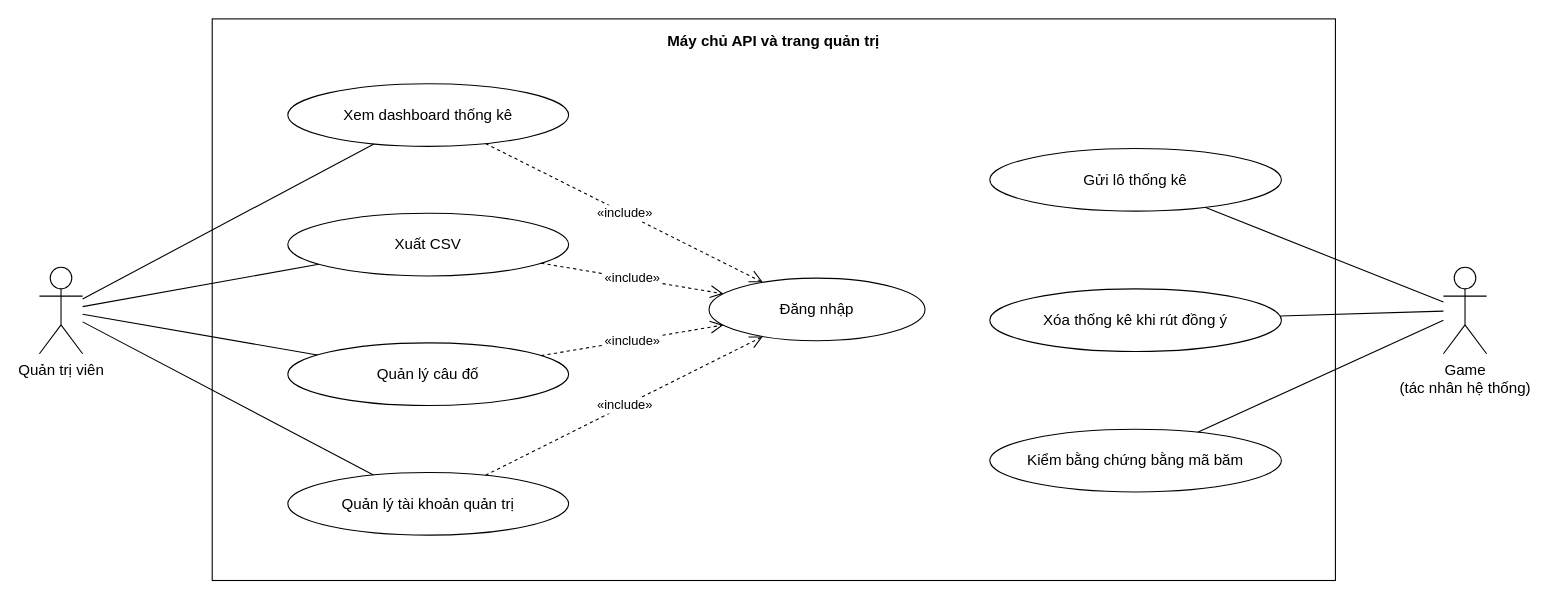
Before: page "Phân hệ máy chủ và trang quản trị" (3 of 3) of docs/thiet-ke/use-case/luoc-do-use-case.drawio in qivarnq3g/3-gio-12, a draw.io diagram. Source tidied: cells renumbered, new cells numbered last; positions are measured from the earlier drawing's top-left corner, leaving out a move shared by most shapes. Both pictures are drawn from the tidied source at 108%, with x=0, y=0 at pixel (39, 18).
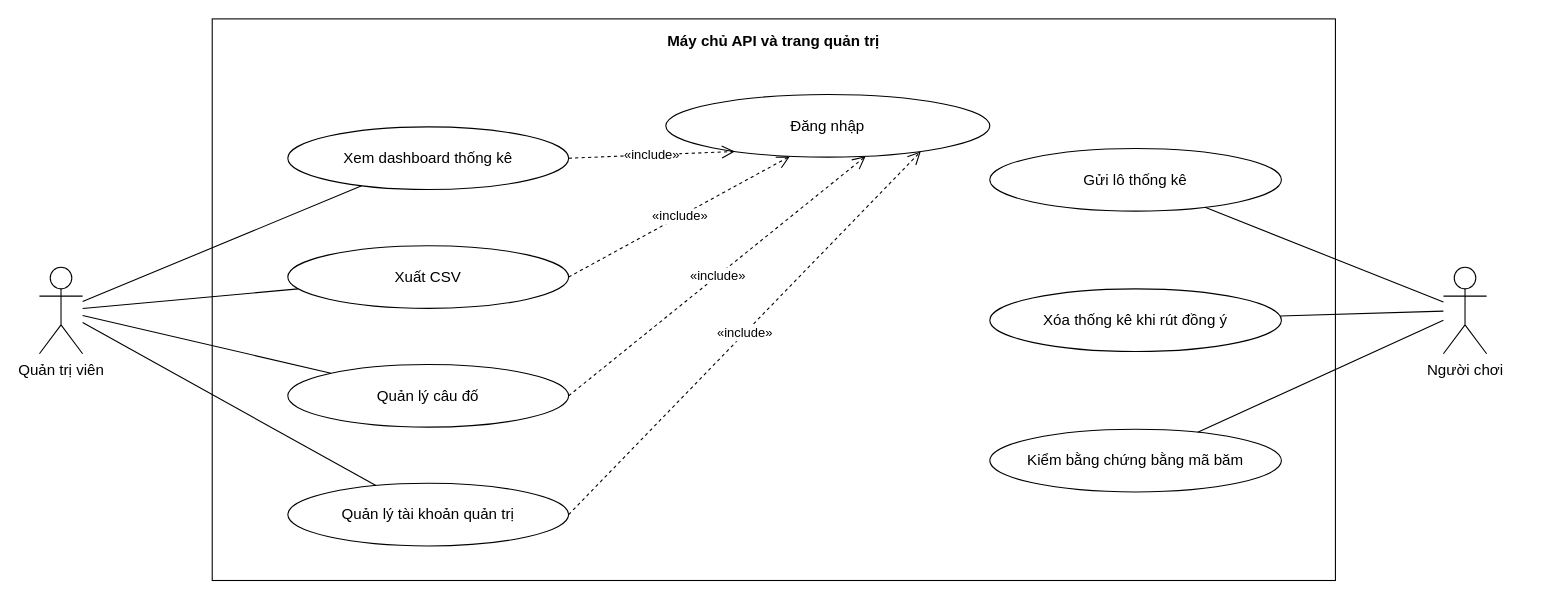
The same page after the edit.

Commit message (it also covers changes not shown here):
docs: bỏ tác nhân Game, dời Đăng nhập lên đầu lược đồ máy chủ (#9)

Diff of the diagram source:
```diff
@@
-    <mxCell id="4" value="Game&lt;br&gt;(tác nhân hệ thống)" style="shape=umlActor;verticalLabelPosition=bottom;verticalAlign=top;html=1;outlineConnect=0;fontFamily=Arial;fontSize=14;" parent="1" vertex="1">
+    <mxCell id="4" value="Người chơi" style="shape=umlActor;verticalLabelPosition=bottom;verticalAlign=top;html=1;outlineConnect=0;fontFamily=Arial;fontSize=14;" parent="1" vertex="1">
       <mxGeometry x="1300" y="230" width="40" height="80" as="geometry" />
     </mxCell>
     <mxCell id="5" value="Đăng nhập" style="ellipse;whiteSpace=wrap;html=1;fontFamily=Arial;fontSize=14;" parent="1" vertex="1">
-      <mxGeometry x="620" y="240" width="200" height="58" as="geometry" />
+      <mxGeometry x="580" y="70" width="300" height="58" as="geometry" />
     </mxCell>
     <mxCell id="6" value="Xem dashboard thống kê" style="ellipse;whiteSpace=wrap;html=1;fontFamily=Arial;fontSize=14;" parent="1" vertex="1">
-      <mxGeometry x="230" y="60" width="260" height="58" as="geometry" />
+      <mxGeometry x="230" y="100" width="260" height="58" as="geometry" />
     </mxCell>
@@
     <mxCell id="8" value="Xuất CSV" style="ellipse;whiteSpace=wrap;html=1;fontFamily=Arial;fontSize=14;" parent="1" vertex="1">
-      <mxGeometry x="230" y="180" width="260" height="58" as="geometry" />
+      <mxGeometry x="230" y="210" width="260" height="58" as="geometry" />
     </mxCell>
@@
     <mxCell id="10" value="Quản lý câu đố" style="ellipse;whiteSpace=wrap;html=1;fontFamily=Arial;fontSize=14;" parent="1" vertex="1">
-      <mxGeometry x="230" y="300" width="260" height="58" as="geometry" />
+      <mxGeometry x="230" y="320" width="260" height="58" as="geometry" />
     </mxCell>
@@
     <mxCell id="12" value="Quản lý tài khoản quản trị" style="ellipse;whiteSpace=wrap;html=1;fontFamily=Arial;fontSize=14;" parent="1" vertex="1">
-      <mxGeometry x="230" y="420" width="260" height="58" as="geometry" />
+      <mxGeometry x="230" y="430" width="260" height="58" as="geometry" />
     </mxCell>
@@
-    <mxCell id="14" value="«include»" style="endArrow=open;endSize=10;dashed=1;html=1;rounded=0;fontFamily=Arial;fontSize=12;labelBackgroundColor=#ffffff;" parent="1" edge="1" source="6" target="5">
+    <mxCell id="14" value="«include»" style="exitX=1;exitY=0.5;exitDx=0;exitDy=0;entryX=0.15;entryY=1;entryDx=0;entryDy=0;endArrow=open;endSize=10;dashed=1;html=1;rounded=0;fontFamily=Arial;fontSize=12;labelBackgroundColor=#ffffff;" parent="1" edge="1" source="6" target="5">
       <mxGeometry relative="1" as="geometry" />
     </mxCell>
-    <mxCell id="15" value="«include»" style="endArrow=open;endSize=10;dashed=1;html=1;rounded=0;fontFamily=Arial;fontSize=12;labelBackgroundColor=#ffffff;" parent="1" edge="1" source="8" target="5">
+    <mxCell id="15" value="«include»" style="exitX=1;exitY=0.5;exitDx=0;exitDy=0;entryX=0.38;entryY=1;entryDx=0;entryDy=0;endArrow=open;endSize=10;dashed=1;html=1;rounded=0;fontFamily=Arial;fontSize=12;labelBackgroundColor=#ffffff;" parent="1" edge="1" source="8" target="5">
       <mxGeometry relative="1" as="geometry" />
     </mxCell>
-    <mxCell id="16" value="«include»" style="endArrow=open;endSize=10;dashed=1;html=1;rounded=0;fontFamily=Arial;fontSize=12;labelBackgroundColor=#ffffff;" parent="1" edge="1" source="10" target="5">
+    <mxCell id="16" value="«include»" style="exitX=1;exitY=0.5;exitDx=0;exitDy=0;entryX=0.62;entryY=1;entryDx=0;entryDy=0;endArrow=open;endSize=10;dashed=1;html=1;rounded=0;fontFamily=Arial;fontSize=12;labelBackgroundColor=#ffffff;" parent="1" edge="1" source="10" target="5">
       <mxGeometry relative="1" as="geometry" />
     </mxCell>
-    <mxCell id="17" value="«include»" style="endArrow=open;endSize=10;dashed=1;html=1;rounded=0;fontFamily=Arial;fontSize=12;labelBackgroundColor=#ffffff;" parent="1" edge="1" source="12" target="5">
+    <mxCell id="17" value="«include»" style="exitX=1;exitY=0.5;exitDx=0;exitDy=0;entryX=0.85;entryY=1;entryDx=0;entryDy=0;endArrow=open;endSize=10;dashed=1;html=1;rounded=0;fontFamily=Arial;fontSize=12;labelBackgroundColor=#ffffff;" parent="1" edge="1" source="12" target="5">
       <mxGeometry relative="1" as="geometry" />
     </mxCell>
```
